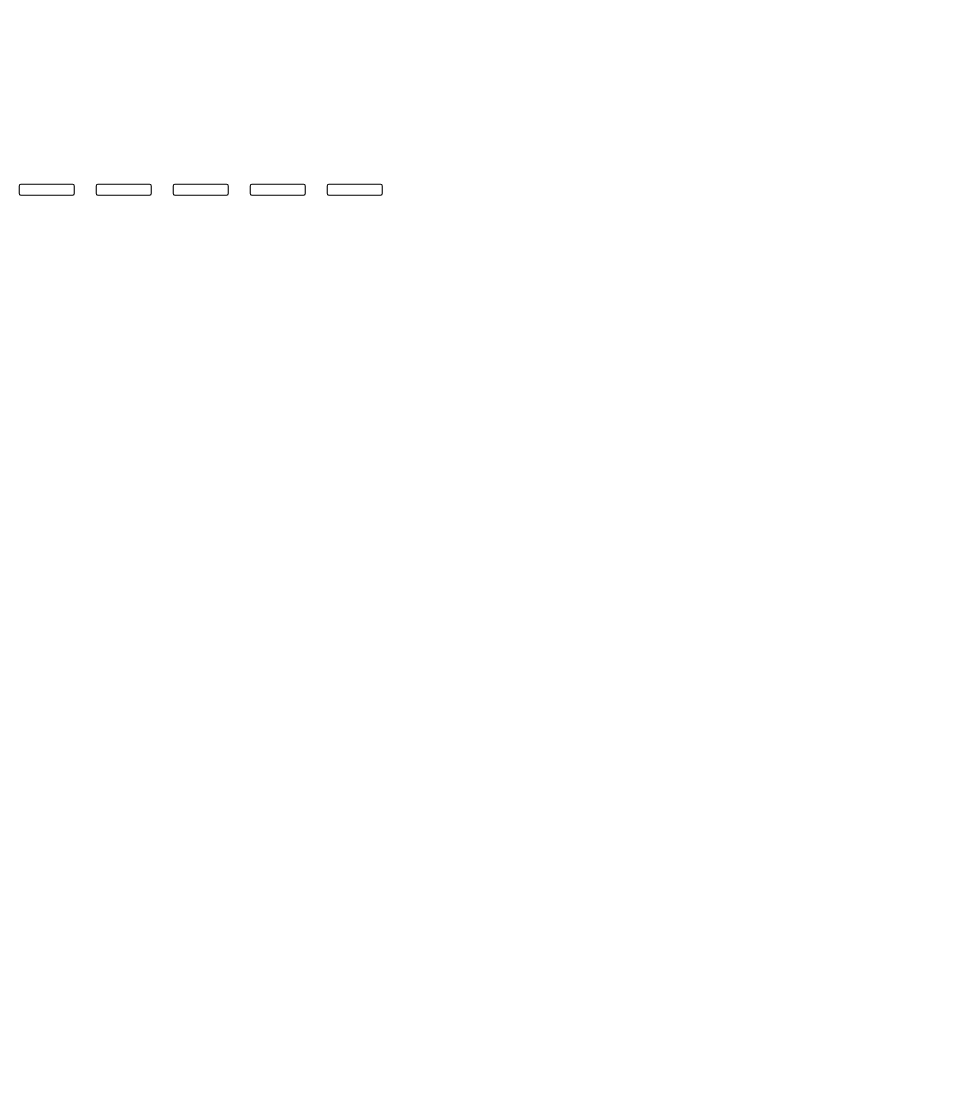
Before: img/제목 없는 다이어그램.drawio in KwanWooPark97/LLM-AI-BOOK, a draw.io diagram. Source tidied: cells renumbered, new cells numbered last; positions are measured from the earlier drawing's top-left corner, leaving out a move shared by most shapes. Both pictures are drawn from the tidied source at 110%, with x=0, y=0 at pixel (19, 184).
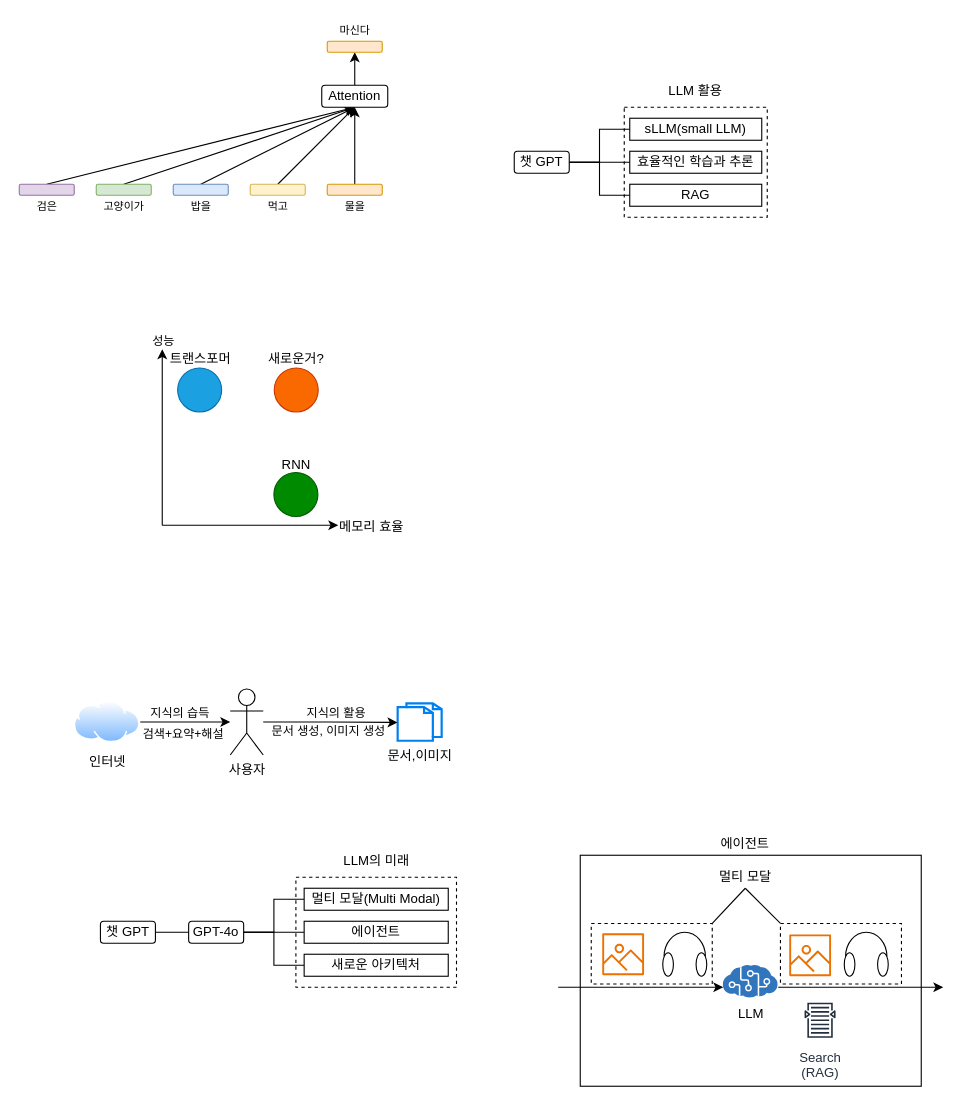
Above is the later version.

Commit message:
제목 없는 다이어그램.drawio 업데이트

Diff of the diagram source:
```diff
@@
+    <mxCell id="7" style="rounded=0;whiteSpace=wrap;html=1;fillColor=none;" parent="1" vertex="1">
+      <mxGeometry x="510" y="610" width="310" height="210" as="geometry" />
+    </mxCell>
+    <mxCell id="8" style="rounded=0;jettySize=auto;html=1;exitX=0.5;exitY=0;exitDx=0;exitDy=0;entryX=0.5;entryY=1;entryDx=0;entryDy=0;strokeColor=default;" parent="1" edge="1" source="2" target="14">
+      <mxGeometry relative="1" as="geometry" />
+    </mxCell>
-    <mxCell id="2" style="rounded=1;whiteSpace=wrap;html=1;" parent="1" vertex="1">
+    <mxCell id="2" style="rounded=1;whiteSpace=wrap;html=1;fillColor=#e1d5e7;strokeColor=#9673a6;" parent="1" vertex="1">
       <mxGeometry width="50" height="10" as="geometry" />
     </mxCell>
+    <mxCell id="9" style="rounded=0;jettySize=auto;html=1;exitX=0.5;exitY=0;exitDx=0;exitDy=0;entryX=0.5;entryY=1;entryDx=0;entryDy=0;" parent="1" edge="1" source="3" target="14">
+      <mxGeometry relative="1" as="geometry" />
+    </mxCell>
-    <mxCell id="3" style="rounded=1;whiteSpace=wrap;html=1;" parent="1" vertex="1">
+    <mxCell id="3" style="rounded=1;whiteSpace=wrap;html=1;fillColor=#d5e8d4;strokeColor=#82b366;" parent="1" vertex="1">
       <mxGeometry x="70" width="50" height="10" as="geometry" />
     </mxCell>
+    <mxCell id="10" style="rounded=0;jettySize=auto;html=1;exitX=0.5;exitY=0;exitDx=0;exitDy=0;entryX=0.5;entryY=1;entryDx=0;entryDy=0;" parent="1" edge="1" source="4" target="14">
+      <mxGeometry relative="1" as="geometry" />
+    </mxCell>
-    <mxCell id="4" style="rounded=1;whiteSpace=wrap;html=1;" parent="1" vertex="1">
+    <mxCell id="4" style="rounded=1;whiteSpace=wrap;html=1;fillColor=#dae8fc;strokeColor=#6c8ebf;" parent="1" vertex="1">
       <mxGeometry x="140" width="50" height="10" as="geometry" />
     </mxCell>
+    <mxCell id="11" style="rounded=0;jettySize=auto;html=1;exitX=0.5;exitY=0;exitDx=0;exitDy=0;entryX=0.5;entryY=1;entryDx=0;entryDy=0;" parent="1" edge="1" source="5" target="14">
+      <mxGeometry relative="1" as="geometry" />
+    </mxCell>
-    <mxCell id="5" style="rounded=1;whiteSpace=wrap;html=1;" parent="1" vertex="1">
+    <mxCell id="5" style="rounded=1;whiteSpace=wrap;html=1;fillColor=#fff2cc;strokeColor=#d6b656;" parent="1" vertex="1">
       <mxGeometry x="210" width="50" height="10" as="geometry" />
     </mxCell>
+    <mxCell id="12" style="edgeStyle=orthogonalEdgeStyle;rounded=0;jettySize=auto;html=1;exitX=0.5;exitY=0;exitDx=0;exitDy=0;entryX=0.5;entryY=1;entryDx=0;entryDy=0;" parent="1" edge="1" source="6" target="14">
+      <mxGeometry relative="1" as="geometry" />
+    </mxCell>
-    <mxCell id="6" style="rounded=1;whiteSpace=wrap;html=1;" parent="1" vertex="1">
+    <mxCell id="6" style="rounded=1;whiteSpace=wrap;html=1;fillColor=#ffe6cc;strokeColor=#d79b00;" parent="1" vertex="1">
       <mxGeometry x="280" width="50" height="10" as="geometry" />
     </mxCell>
+    <mxCell id="13" style="edgeStyle=orthogonalEdgeStyle;rounded=0;jettySize=auto;html=1;exitX=0.5;exitY=0;exitDx=0;exitDy=0;entryX=0.5;entryY=1;entryDx=0;entryDy=0;" parent="1" edge="1" source="14" target="15">
+      <mxGeometry relative="1" as="geometry" />
+    </mxCell>
+    <mxCell id="14" value="Attention" style="rounded=1;whiteSpace=wrap;html=1;" parent="1" vertex="1">
+      <mxGeometry x="275" y="-90" width="60" height="20" as="geometry" />
+    </mxCell>
+    <mxCell id="15" style="rounded=1;whiteSpace=wrap;html=1;fillColor=#ffe6cc;strokeColor=#d79b00;" parent="1" vertex="1">
+      <mxGeometry x="280" y="-130" width="50" height="10" as="geometry" />
+    </mxCell>
+    <mxCell id="16" value="검은" style="text;html=1;align=center;verticalAlign=middle;whiteSpace=wrap;rounded=0;fontSize=10;" parent="1" vertex="1">
+      <mxGeometry x="7.5" y="10" width="35" height="20" as="geometry" />
+    </mxCell>
+    <mxCell id="17" value="고양이가" style="text;html=1;align=center;verticalAlign=middle;whiteSpace=wrap;rounded=0;fontSize=10;" parent="1" vertex="1">
+      <mxGeometry x="73.8" y="10" width="42.5" height="20" as="geometry" />
+    </mxCell>
+    <mxCell id="18" value="밥을" style="text;html=1;align=center;verticalAlign=middle;whiteSpace=wrap;rounded=0;fontSize=10;" parent="1" vertex="1">
+      <mxGeometry x="147.5" y="10" width="35" height="20" as="geometry" />
+    </mxCell>
+    <mxCell id="19" value="먹고" style="text;html=1;align=center;verticalAlign=middle;whiteSpace=wrap;rounded=0;fontSize=10;" parent="1" vertex="1">
+      <mxGeometry x="217.5" y="10" width="35" height="20" as="geometry" />
+    </mxCell>
+    <mxCell id="20" value="물을" style="text;html=1;align=center;verticalAlign=middle;whiteSpace=wrap;rounded=0;fontSize=10;" parent="1" vertex="1">
+      <mxGeometry x="287.5" y="10" width="35" height="20" as="geometry" />
+    </mxCell>
+    <mxCell id="21" value="마신다" style="text;html=1;align=center;verticalAlign=middle;whiteSpace=wrap;rounded=0;fontSize=10;" parent="1" vertex="1">
+      <mxGeometry x="287.5" y="-150" width="35" height="20" as="geometry" />
+    </mxCell>
+    <mxCell id="22" style="endArrow=classic;html=1;rounded=0;" parent="1" edge="1">
+      <mxGeometry relative="1" as="geometry">
+        <mxPoint x="130" y="310" as="sourcePoint" />
+        <mxPoint x="290" y="310" as="targetPoint" />
+      </mxGeometry>
+    </mxCell>
+    <mxCell id="23" style="endArrow=classic;html=1;rounded=0;" parent="1" edge="1">
+      <mxGeometry relative="1" as="geometry">
+        <mxPoint x="130" y="310" as="sourcePoint" />
+        <mxPoint x="130" y="150" as="targetPoint" />
+      </mxGeometry>
+    </mxCell>
+    <mxCell id="24" value="성능" style="edgeLabel;html=1;align=center;verticalAlign=middle;" parent="23" vertex="1">
+      <mxGeometry x="0.4" y="-1" relative="1" as="geometry">
+        <mxPoint x="-1" y="-56" as="offset" />
+      </mxGeometry>
+    </mxCell>
+    <mxCell id="25" style="ellipse;whiteSpace=wrap;html=1;fillColor=#1ba1e2;fontColor=#ffffff;strokeColor=#006EAF;" parent="1" vertex="1">
+      <mxGeometry x="144" y="167" width="40" height="40" as="geometry" />
+    </mxCell>
+    <mxCell id="26" value="트랜스포머" style="text;html=1;align=center;verticalAlign=middle;whiteSpace=wrap;rounded=0;" parent="1" vertex="1">
+      <mxGeometry x="131.2" y="144" width="67.5" height="30" as="geometry" />
+    </mxCell>
+    <mxCell id="27" style="ellipse;whiteSpace=wrap;html=1;fillColor=#008a00;fontColor=#ffffff;strokeColor=#005700;" parent="1" vertex="1">
+      <mxGeometry x="231.5" y="262" width="40" height="40" as="geometry" />
+    </mxCell>
+    <mxCell id="28" value="RNN" style="text;html=1;align=center;verticalAlign=middle;whiteSpace=wrap;rounded=0;" parent="1" vertex="1">
+      <mxGeometry x="217.5" y="240" width="67.5" height="30" as="geometry" />
+    </mxCell>
+    <mxCell id="29" style="ellipse;whiteSpace=wrap;html=1;fillColor=#fa6800;fontColor=#000000;strokeColor=#C73500;" parent="1" vertex="1">
+      <mxGeometry x="231.8" y="167" width="40" height="40" as="geometry" />
+    </mxCell>
+    <mxCell id="30" value="새로운거?" style="text;html=1;align=center;verticalAlign=middle;whiteSpace=wrap;rounded=0;" parent="1" vertex="1">
+      <mxGeometry x="221.8" y="144" width="60" height="30" as="geometry" />
+    </mxCell>
+    <mxCell id="31" value="메모리 효율" style="text;html=1;align=center;verticalAlign=middle;strokeColor=none;fillColor=none;" parent="1" vertex="1">
+      <mxGeometry x="275" y="297" width="90" height="30" as="geometry" />
+    </mxCell>
+    <mxCell id="32" style="edgeStyle=orthogonalEdgeStyle;rounded=0;jettySize=auto;html=1;exitX=1;exitY=0.5;exitDx=0;exitDy=0;entryX=0;entryY=0.5;entryDx=0;entryDy=0;endArrow=none;endFill=0;" parent="1" edge="1" source="35" target="39">
+      <mxGeometry relative="1" as="geometry" />
+    </mxCell>
+    <mxCell id="33" style="edgeStyle=orthogonalEdgeStyle;rounded=0;jettySize=auto;html=1;exitX=1;exitY=0.5;exitDx=0;exitDy=0;entryX=0;entryY=0.5;entryDx=0;entryDy=0;endArrow=none;endFill=0;" parent="1" edge="1" source="35" target="40">
+      <mxGeometry relative="1" as="geometry" />
+    </mxCell>
+    <mxCell id="34" style="edgeStyle=orthogonalEdgeStyle;rounded=0;jettySize=auto;html=1;exitX=1;exitY=0.5;exitDx=0;exitDy=0;entryX=0;entryY=0.5;entryDx=0;entryDy=0;endArrow=none;endFill=0;" parent="1" edge="1" source="35" target="38">
+      <mxGeometry relative="1" as="geometry" />
+    </mxCell>
+    <mxCell id="35" value="챗 GPT" style="rounded=1;whiteSpace=wrap;html=1;" parent="1" vertex="1">
+      <mxGeometry x="450" y="-30" width="50" height="20" as="geometry" />
+    </mxCell>
+    <mxCell id="36" style="rounded=0;whiteSpace=wrap;html=1;fillColor=none;dashed=1;" parent="1" vertex="1">
+      <mxGeometry x="550" y="-70" width="130" height="100" as="geometry" />
+    </mxCell>
+    <mxCell id="37" value="LLM 활용" style="text;html=1;align=center;verticalAlign=middle;whiteSpace=wrap;rounded=0;" parent="1" vertex="1">
+      <mxGeometry x="585" y="-100" width="60" height="30" as="geometry" />
+    </mxCell>
+    <mxCell id="38" value="sLLM(small LLM)" style="rounded=0;whiteSpace=wrap;html=1;fillColor=none;" parent="1" vertex="1">
+      <mxGeometry x="555" y="-60" width="120" height="20" as="geometry" />
+    </mxCell>
+    <mxCell id="39" value="효율적인 학습과 추론" style="rounded=0;whiteSpace=wrap;html=1;fillColor=none;" parent="1" vertex="1">
+      <mxGeometry x="555" y="-30" width="120" height="20" as="geometry" />
+    </mxCell>
+    <mxCell id="40" value="RAG" style="rounded=0;whiteSpace=wrap;html=1;fillColor=none;" parent="1" vertex="1">
+      <mxGeometry x="555" width="120" height="20" as="geometry" />
+    </mxCell>
+    <mxCell id="41" style="edgeStyle=orthogonalEdgeStyle;rounded=0;jettySize=auto;html=1;exitX=1;exitY=0.5;exitDx=0;exitDy=0;" parent="1" edge="1" source="43" target="44">
+      <mxGeometry relative="1" as="geometry" />
+    </mxCell>
+    <mxCell id="42" value="검색+요약+해설" style="edgeLabel;html=1;align=center;verticalAlign=middle;" parent="41" vertex="1">
+      <mxGeometry x="0.04" relative="1" as="geometry">
+        <mxPoint x="-5" y="11" as="offset" />
+      </mxGeometry>
+    </mxCell>
+    <mxCell id="43" value="인터넷" style="image;perimeter=ellipsePerimeter;html=1;align=center;shadow=0;dashed=0;spacingTop=3;image=img/lib/active_directory/internet_cloud.svg;" parent="1" vertex="1">
+      <mxGeometry x="50" y="470" width="60" height="37.8" as="geometry" />
+    </mxCell>
+    <mxCell id="44" value="사용자" style="shape=umlActor;verticalLabelPosition=bottom;verticalAlign=top;html=1;outlineConnect=0;" parent="1" vertex="1">
+      <mxGeometry x="191.8" y="458.9" width="30" height="60" as="geometry" />
+    </mxCell>
+    <mxCell id="45" value="지식의 습득" style="edgeLabel;html=1;align=center;verticalAlign=middle;" parent="1" vertex="1">
+      <mxGeometry x="145.5" y="480" as="geometry" />
+    </mxCell>
+    <mxCell id="46" value="문서,이미지" style="html=1;verticalLabelPosition=bottom;align=center;labelBackgroundColor=#ffffff;verticalAlign=top;strokeWidth=2;strokeColor=#0080F0;shadow=0;dashed=0;shape=mxgraph.ios7.icons.documents;" parent="1" vertex="1">
+      <mxGeometry x="344" y="472" width="40" height="33.9" as="geometry" />
+    </mxCell>
+    <mxCell id="47" style="edgeStyle=orthogonalEdgeStyle;rounded=0;jettySize=auto;html=1;entryX=-0.004;entryY=0.509;entryDx=0;entryDy=0;entryPerimeter=0;" parent="1" edge="1" source="44" target="46">
+      <mxGeometry relative="1" as="geometry" />
+    </mxCell>
+    <mxCell id="48" value="문서 생성, 이미지 생성" style="edgeLabel;html=1;align=center;verticalAlign=middle;" parent="47" vertex="1">
+      <mxGeometry x="-0.23" y="1" relative="1" as="geometry">
+        <mxPoint x="12" y="9" as="offset" />
+      </mxGeometry>
+    </mxCell>
+    <mxCell id="49" value="지식의 활용" style="edgeLabel;html=1;align=center;verticalAlign=middle;" parent="1" vertex="1">
+      <mxGeometry x="287.5" y="480" as="geometry" />
+    </mxCell>
+    <mxCell id="50" style="edgeStyle=orthogonalEdgeStyle;rounded=0;jettySize=auto;html=1;exitX=1;exitY=0.5;exitDx=0;exitDy=0;entryX=0;entryY=0.5;entryDx=0;entryDy=0;endArrow=none;endFill=0;" parent="1" edge="1" source="53" target="57">
+      <mxGeometry relative="1" as="geometry" />
+    </mxCell>
+    <mxCell id="51" style="edgeStyle=orthogonalEdgeStyle;rounded=0;jettySize=auto;html=1;exitX=1;exitY=0.5;exitDx=0;exitDy=0;entryX=0;entryY=0.5;entryDx=0;entryDy=0;endArrow=none;endFill=0;" parent="1" edge="1" source="53" target="58">
+      <mxGeometry relative="1" as="geometry" />
+    </mxCell>
+    <mxCell id="52" style="edgeStyle=orthogonalEdgeStyle;rounded=0;jettySize=auto;html=1;exitX=1;exitY=0.5;exitDx=0;exitDy=0;entryX=0;entryY=0.5;entryDx=0;entryDy=0;endArrow=none;endFill=0;" parent="1" edge="1" source="53" target="56">
+      <mxGeometry relative="1" as="geometry" />
+    </mxCell>
+    <mxCell id="53" value="GPT-4o" style="rounded=1;whiteSpace=wrap;html=1;" parent="1" vertex="1">
+      <mxGeometry x="154" y="670" width="50" height="20" as="geometry" />
+    </mxCell>
+    <mxCell id="54" style="rounded=0;whiteSpace=wrap;html=1;fillColor=none;dashed=1;" parent="1" vertex="1">
+      <mxGeometry x="251.5" y="630" width="146" height="100" as="geometry" />
+    </mxCell>
+    <mxCell id="55" value="LLM의 미래" style="text;html=1;align=center;verticalAlign=middle;whiteSpace=wrap;rounded=0;" parent="1" vertex="1">
+      <mxGeometry x="290" y="600" width="70" height="30" as="geometry" />
+    </mxCell>
+    <mxCell id="56" value="멀티 모달(Multi Modal)" style="rounded=0;whiteSpace=wrap;html=1;fillColor=none;" parent="1" vertex="1">
+      <mxGeometry x="259" y="640" width="131" height="20" as="geometry" />
+    </mxCell>
+    <mxCell id="57" value="에이전트" style="rounded=0;whiteSpace=wrap;html=1;fillColor=none;" parent="1" vertex="1">
+      <mxGeometry x="259" y="670" width="131" height="20" as="geometry" />
+    </mxCell>
+    <mxCell id="58" value="새로운 아키텍처" style="rounded=0;whiteSpace=wrap;html=1;fillColor=none;" parent="1" vertex="1">
+      <mxGeometry x="259" y="700" width="131" height="20" as="geometry" />
+    </mxCell>
+    <mxCell id="59" style="edgeStyle=orthogonalEdgeStyle;rounded=0;jettySize=auto;html=1;exitX=1;exitY=0.5;exitDx=0;exitDy=0;entryX=0;entryY=0.5;entryDx=0;entryDy=0;endArrow=none;endFill=0;" parent="1" edge="1" source="60" target="53">
+      <mxGeometry relative="1" as="geometry" />
+    </mxCell>
+    <mxCell id="60" value="챗 GPT" style="rounded=1;whiteSpace=wrap;html=1;" parent="1" vertex="1">
+      <mxGeometry x="73.8" y="670" width="50" height="20" as="geometry" />
+    </mxCell>
+    <mxCell id="61" style="sketch=0;fontColor=#232F3E;gradientColor=none;fillColor=#ED7100;strokeColor=none;dashed=0;verticalLabelPosition=bottom;verticalAlign=top;align=center;html=1;fontSize=12;fontStyle=0;shape=mxgraph.aws4.container_registry_image;" parent="1" vertex="1">
+      <mxGeometry x="530" y="681" width="38" height="38" as="geometry" />
+    </mxCell>
+    <mxCell id="62" style="verticalLabelPosition=bottom;shadow=0;dashed=0;align=center;html=1;verticalAlign=top;shape=mxgraph.electrical.radio.headphones;" parent="1" vertex="1">
+      <mxGeometry x="585" y="680" width="40" height="40" as="geometry" />
+    </mxCell>
+    <mxCell id="63" value="LLM" style="image;sketch=0;html=1;align=center;fontSize=12;image=img/lib/mscae/Cognitive_Services.svg;" parent="1" vertex="1">
+      <mxGeometry x="640" y="710" width="50" height="30" as="geometry" />
+    </mxCell>
+    <mxCell id="64" style="endArrow=classic;html=1;rounded=0;" parent="1" edge="1">
+      <mxGeometry relative="1" as="geometry">
+        <mxPoint x="490" y="730" as="sourcePoint" />
+        <mxPoint x="640" y="730" as="targetPoint" />
+      </mxGeometry>
+    </mxCell>
+    <mxCell id="65" style="sketch=0;fontColor=#232F3E;gradientColor=none;fillColor=#ED7100;strokeColor=none;dashed=0;verticalLabelPosition=bottom;verticalAlign=top;align=center;html=1;fontSize=12;fontStyle=0;shape=mxgraph.aws4.container_registry_image;" parent="1" vertex="1">
+      <mxGeometry x="700" y="682" width="38" height="38" as="geometry" />
+    </mxCell>
+    <mxCell id="66" style="verticalLabelPosition=bottom;shadow=0;dashed=0;align=center;html=1;verticalAlign=top;shape=mxgraph.electrical.radio.headphones;" parent="1" vertex="1">
+      <mxGeometry x="750" y="680" width="40" height="40" as="geometry" />
+    </mxCell>
+    <mxCell id="67" style="endArrow=classic;html=1;rounded=0;" parent="1" edge="1">
+      <mxGeometry relative="1" as="geometry">
+        <mxPoint x="690" y="730" as="sourcePoint" />
+        <mxPoint x="840" y="730" as="targetPoint" />
+      </mxGeometry>
+    </mxCell>
+    <mxCell id="68" style="rounded=0;jettySize=auto;html=1;exitX=1;exitY=0;exitDx=0;exitDy=0;endArrow=none;endFill=0;" parent="1" edge="1" source="69">
+      <mxGeometry relative="1" as="geometry">
+        <mxPoint x="660" y="640" as="targetPoint" />
+      </mxGeometry>
+    </mxCell>
+    <mxCell id="69" style="rounded=0;whiteSpace=wrap;html=1;fillColor=none;dashed=1;" parent="1" vertex="1">
+      <mxGeometry x="520" y="672" width="110" height="55" as="geometry" />
+    </mxCell>
+    <mxCell id="70" style="rounded=0;jettySize=auto;html=1;exitX=0;exitY=0;exitDx=0;exitDy=0;endArrow=none;endFill=0;" parent="1" edge="1" source="71">
+      <mxGeometry relative="1" as="geometry">
+        <mxPoint x="660" y="640" as="targetPoint" />
+      </mxGeometry>
+    </mxCell>
+    <mxCell id="71" style="rounded=0;whiteSpace=wrap;html=1;fillColor=none;dashed=1;" parent="1" vertex="1">
+      <mxGeometry x="692" y="672" width="110" height="55" as="geometry" />
+    </mxCell>
+    <mxCell id="72" value="멀티 모달&amp;nbsp;" style="text;html=1;align=center;verticalAlign=middle;whiteSpace=wrap;rounded=0;" parent="1" vertex="1">
+      <mxGeometry x="632" y="620" width="60" height="20" as="geometry" />
+    </mxCell>
+    <mxCell id="73" value="Search&lt;br&gt;&lt;div&gt;(RAG)&lt;/div&gt;" style="sketch=0;fontColor=#232F3E;gradientColor=none;strokeColor=#232F3E;fillColor=#ffffff;dashed=0;verticalLabelPosition=bottom;verticalAlign=top;align=center;html=1;fontSize=12;fontStyle=0;shape=mxgraph.aws4.resourceIcon;resIcon=mxgraph.aws4.search_documents;" parent="1" vertex="1">
+      <mxGeometry x="708" y="740" width="40" height="40" as="geometry" />
+    </mxCell>
+    <mxCell id="74" value="에이전트" style="text;html=1;align=center;verticalAlign=middle;whiteSpace=wrap;rounded=0;" parent="1" vertex="1">
+      <mxGeometry x="630" y="590" width="60" height="20" as="geometry" />
+    </mxCell>
```
